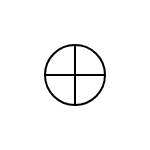
Tianli-Wang/Draw.io keeps this draw.io diagram as CPA/CPA.drawio. Above is the earlier version. Source tidied: cells renumbered, new cells numbered last; positions are measured from the earlier drawing's top-left corner, leaving out a move shared by most shapes. Both pictures are drawn from the tidied source at 200%, with x=0, y=0 at pixel (44, 44).
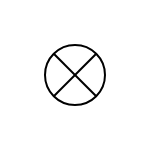
Above is the later version.

Change to the diagram source:
```diff
@@
 <mxGraphModel>
   <root>
     <mxCell id="0" />
     <mxCell id="1" parent="0" />
-    <mxCell id="2" style="group;" parent="1" vertex="1">
+    <mxCell id="2" style="group;rotation=45;" parent="1" vertex="1">
       <mxGeometry width="30" height="30" as="geometry" />
     </mxCell>
-    <mxCell id="3" style="ellipse;whiteSpace=wrap;html=1;" parent="2" vertex="1">
+    <mxCell id="3" style="ellipse;whiteSpace=wrap;html=1;rotation=45;" parent="2" vertex="1">
       <mxGeometry width="30" height="30" as="geometry" />
     </mxCell>
     <mxCell id="4" style="endArrow=none;html=1;rounded=0;exitX=0;exitY=0.5;exitDx=0;exitDy=0;entryX=1;entryY=0.5;entryDx=0;entryDy=0;" parent="2" edge="1" source="3" target="3">
       <mxGeometry relative="1" as="geometry" />
     </mxCell>
     <mxCell id="5" style="endArrow=none;html=1;rounded=0;exitX=0.5;exitY=1;exitDx=0;exitDy=0;entryX=0.5;entryY=0;entryDx=0;entryDy=0;" parent="2" edge="1" source="3" target="3">
       <mxGeometry relative="1" as="geometry" />
     </mxCell>
   </root>
 </mxGraphModel>
```
